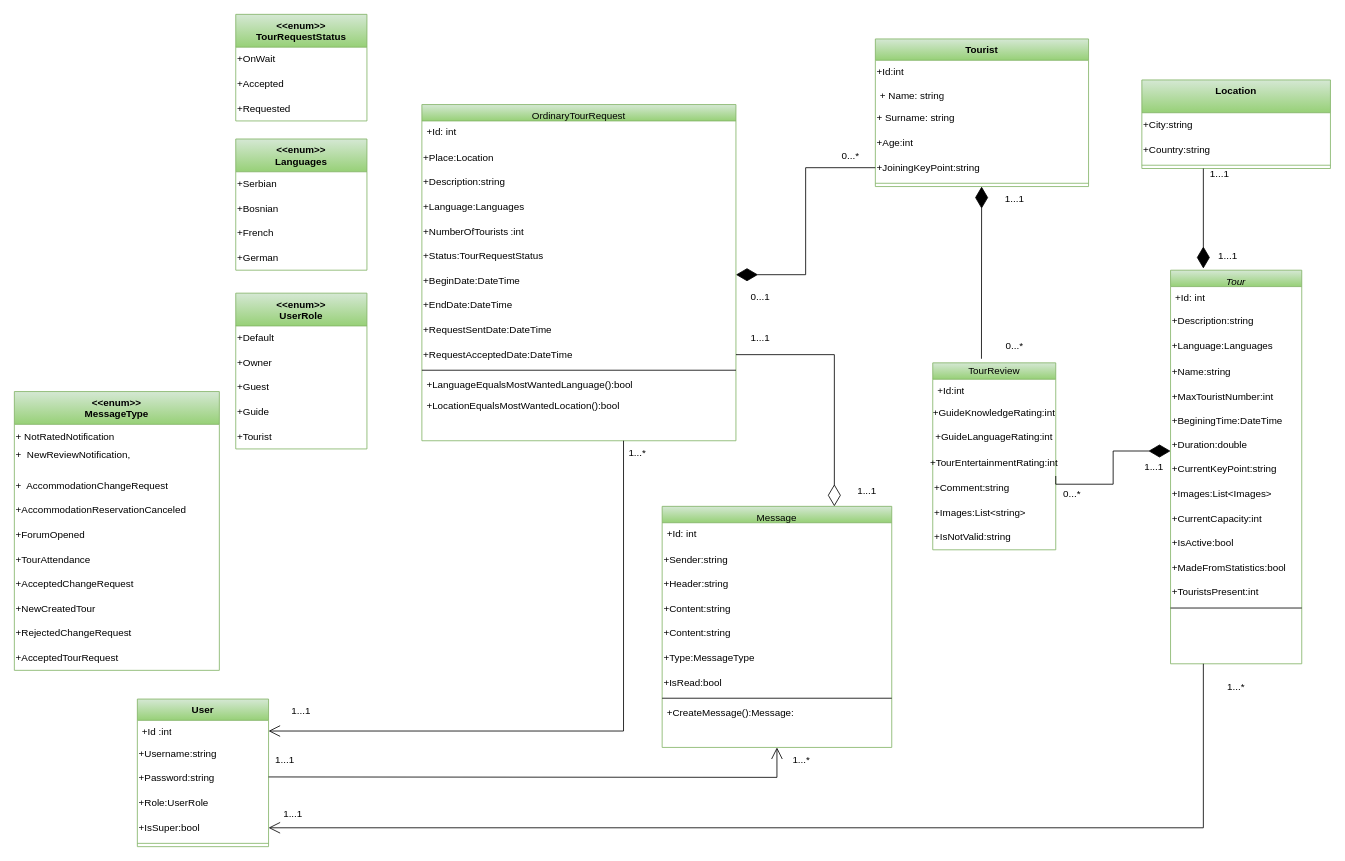
The draw.io diagram Diagrams/Class Diagrams/GuideClassDiagram.drawio in kzi-nastava/sims-ra-2024-group-3-team-a, before the edit. Source tidied: cells renumbered, new cells numbered last; positions are measured from the earlier drawing's top-left corner, leaving out a move shared by most shapes. Both pictures are drawn from the tidied source at 82%, with x=0, y=0 at pixel (14, 14).
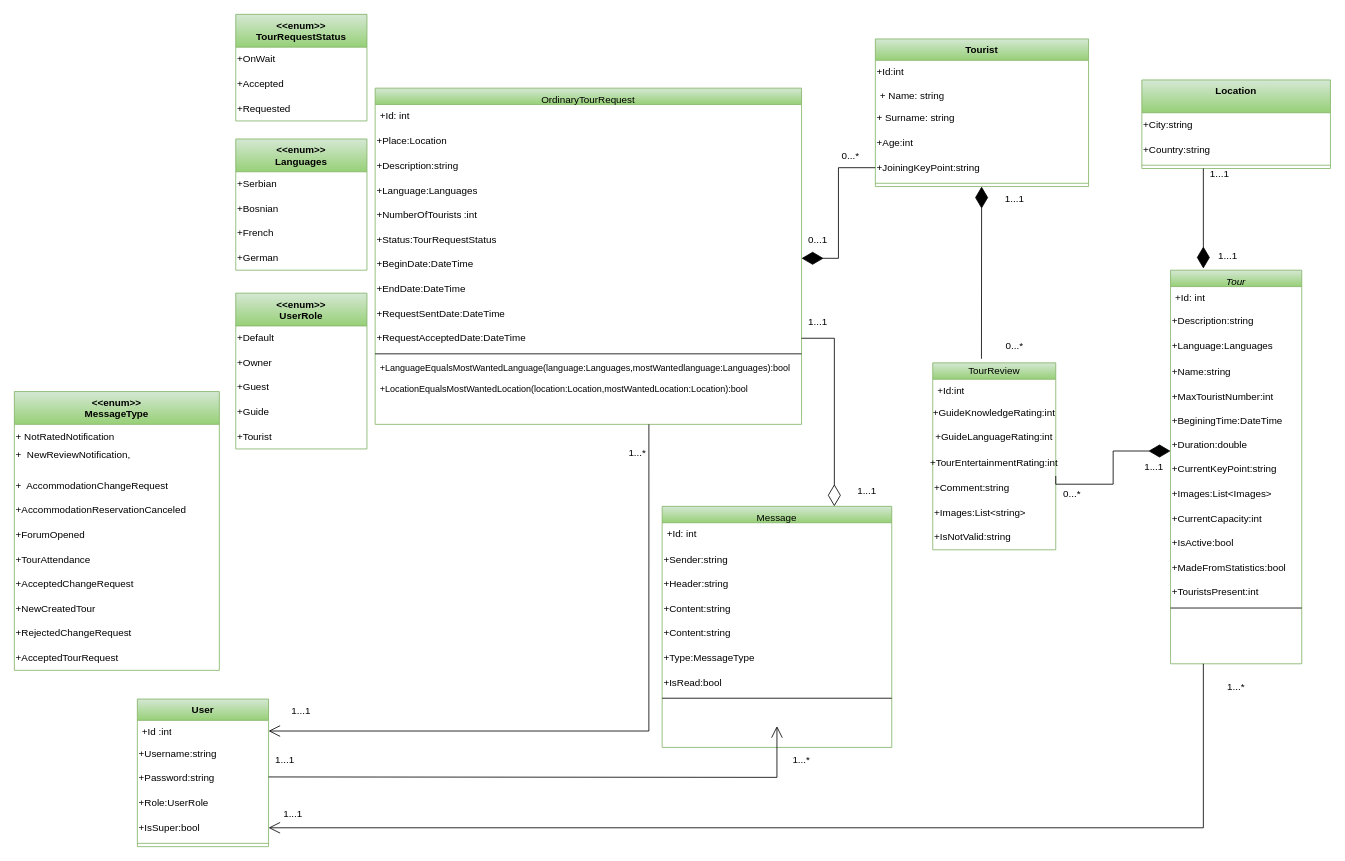
Above is the later version.

The change refers to these unchanged cells:
```xml
<mxCell id="90" value="Message" style="swimlane;fontStyle=0;align=center;verticalAlign=top;horizontal=1;startSize=20;rounded=0;shadow=0;strokeWidth=1;fillColor=#d5e8d4;strokeColor=#82b366;gradientColor=#97d077;" parent="1" vertex="1">
  <mxGeometry x="790" y="600" width="280" height="294" as="geometry" />
</mxCell>
```

Diff of the diagram source:
```diff
@@
     <mxCell id="17" value="OrdinaryTourRequest" style="swimlane;fontStyle=0;align=center;verticalAlign=top;horizontal=1;startSize=20;rounded=0;shadow=0;strokeWidth=1;fillColor=#d5e8d4;strokeColor=#82b366;gradientColor=#97d077;" parent="1" vertex="1">
-      <mxGeometry x="497" y="110" width="383" height="410" as="geometry" />
+      <mxGeometry x="440" y="90" width="520" height="410" as="geometry" />
     </mxCell>
     <mxCell id="18" value="+Id: int" style="text;align=left;verticalAlign=top;spacingLeft=4;spacingRight=4;overflow=hidden;" parent="17" vertex="1">
-      <mxGeometry y="20" width="383" height="30" as="geometry" />
+      <mxGeometry y="20" width="520" height="30" as="geometry" />
     </mxCell>
     <mxCell id="19" value="+Place:Location" style="text;html=1;align=left;verticalAlign=middle;whiteSpace=wrap;rounded=0;" parent="17" vertex="1">
-      <mxGeometry y="50" width="383" height="30" as="geometry" />
+      <mxGeometry y="50" width="520" height="30" as="geometry" />
     </mxCell>
     <mxCell id="20" value="+Description:string" style="text;html=1;align=left;verticalAlign=middle;whiteSpace=wrap;rounded=0;" parent="17" vertex="1">
-      <mxGeometry y="80" width="383" height="30" as="geometry" />
+      <mxGeometry y="80" width="520" height="30" as="geometry" />
     </mxCell>
     <mxCell id="21" value="+Language:Languages" style="text;html=1;align=left;verticalAlign=middle;whiteSpace=wrap;rounded=0;" parent="17" vertex="1">
-      <mxGeometry y="110" width="383" height="30" as="geometry" />
+      <mxGeometry y="110" width="520" height="30" as="geometry" />
     </mxCell>
     <mxCell id="22" value="+NumberOfTourists&lt;span style=&quot;white-space: pre;&quot;&gt;&#9;&lt;/span&gt;:int" style="text;html=1;align=left;verticalAlign=middle;whiteSpace=wrap;rounded=0;" parent="17" vertex="1">
-      <mxGeometry y="140" width="383" height="30" as="geometry" />
+      <mxGeometry y="140" width="520" height="30" as="geometry" />
     </mxCell>
     <mxCell id="23" value="+Status:TourRequestStatus" style="text;html=1;align=left;verticalAlign=middle;whiteSpace=wrap;rounded=0;" parent="17" vertex="1">
-      <mxGeometry y="170" width="383" height="30" as="geometry" />
+      <mxGeometry y="170" width="520" height="30" as="geometry" />
     </mxCell>
     <mxCell id="24" value="+BeginDate:DateTime" style="text;html=1;align=left;verticalAlign=middle;whiteSpace=wrap;rounded=0;" parent="17" vertex="1">
-      <mxGeometry y="200" width="383" height="30" as="geometry" />
+      <mxGeometry y="200" width="520" height="30" as="geometry" />
     </mxCell>
     <mxCell id="25" value="+EndDate:DateTime" style="text;html=1;align=left;verticalAlign=middle;whiteSpace=wrap;rounded=0;" parent="17" vertex="1">
-      <mxGeometry y="230" width="383" height="30" as="geometry" />
+      <mxGeometry y="230" width="520" height="30" as="geometry" />
     </mxCell>
     <mxCell id="26" value="+RequestSentDate:DateTime" style="text;html=1;align=left;verticalAlign=middle;whiteSpace=wrap;rounded=0;" parent="17" vertex="1">
-      <mxGeometry y="260" width="383" height="30" as="geometry" />
+      <mxGeometry y="260" width="520" height="30" as="geometry" />
     </mxCell>
     <mxCell id="27" value="+RequestAcceptedDate:DateTime" style="text;html=1;align=left;verticalAlign=middle;whiteSpace=wrap;rounded=0;" parent="17" vertex="1">
-      <mxGeometry y="290" width="383" height="30" as="geometry" />
+      <mxGeometry y="290" width="520" height="30" as="geometry" />
     </mxCell>
     <mxCell id="28" style="line;html=1;strokeWidth=1;align=left;verticalAlign=middle;spacingTop=-1;spacingLeft=3;spacingRight=3;labelPosition=right;" parent="17" vertex="1">
-      <mxGeometry y="320" width="383" height="8" as="geometry" />
+      <mxGeometry y="320" width="520" height="8" as="geometry" />
     </mxCell>
-    <mxCell id="29" value="+LanguageEqualsMostWantedLanguage():bool" style="text;align=left;verticalAlign=top;spacingLeft=4;spacingRight=4;overflow=hidden;" parent="17" vertex="1">
-      <mxGeometry y="328" width="383" height="26" as="geometry" />
+    <mxCell id="29" value="+LanguageEqualsMostWantedLanguage(language:Languages,mostWantedlanguage:Languages):bool" style="text;align=left;verticalAlign=top;spacingLeft=4;spacingRight=4;overflow=hidden;fontSize=11;" parent="17" vertex="1">
+      <mxGeometry y="328" width="520" height="26" as="geometry" />
     </mxCell>
-    <mxCell id="30" value="+LocationEqualsMostWantedLocation():bool" style="text;align=left;verticalAlign=top;spacingLeft=4;spacingRight=4;overflow=hidden;" parent="17" vertex="1">
-      <mxGeometry y="354" width="383" height="26" as="geometry" />
+    <mxCell id="30" value="+LocationEqualsMostWantedLocation(location:Location,mostWantedLocation:Location):bool" style="text;align=left;verticalAlign=top;spacingLeft=4;spacingRight=4;overflow=hidden;fontSize=11;" parent="17" vertex="1">
+      <mxGeometry y="354" width="520" height="26" as="geometry" />
     </mxCell>
     <mxCell id="31" value="&lt;p style=&quot;line-height: 130%;&quot;&gt;&lt;br&gt;&lt;/p&gt;" style="text;html=1;align=left;verticalAlign=middle;whiteSpace=wrap;rounded=0;" parent="17" vertex="1">
-      <mxGeometry y="380" width="383" height="30" as="geometry" />
+      <mxGeometry y="380" width="520" height="30" as="geometry" />
     </mxCell>
@@
     <mxCell id="89" value="0...1" style="text;html=1;align=center;verticalAlign=middle;whiteSpace=wrap;rounded=0;" parent="1" vertex="1">
-      <mxGeometry x="880" y="330" width="60" height="30" as="geometry" />
+      <mxGeometry x="950" y="260" width="60" height="30" as="geometry" />
     </mxCell>
@@
-    <mxCell id="99" value="+CreateMessage():Message:" style="text;align=left;verticalAlign=top;spacingLeft=4;spacingRight=4;overflow=hidden;" parent="90" vertex="1">
-      <mxGeometry y="238" width="280" height="26" as="geometry" />
-    </mxCell>
     <mxCell id="100" value="&lt;p style=&quot;line-height: 130%;&quot;&gt;&lt;br&gt;&lt;/p&gt;" style="text;html=1;align=left;verticalAlign=middle;whiteSpace=wrap;rounded=0;" parent="90" vertex="1">
-      <mxGeometry y="264" width="280" height="30" as="geometry" />
+      <mxGeometry y="238" width="280" height="30" as="geometry" />
     </mxCell>
@@
     <mxCell id="106" value="1...1" style="text;html=1;align=center;verticalAlign=middle;whiteSpace=wrap;rounded=0;" parent="1" vertex="1">
-      <mxGeometry x="880" y="380" width="60" height="30" as="geometry" />
+      <mxGeometry x="950" y="360" width="60" height="30" as="geometry" />
     </mxCell>
```
